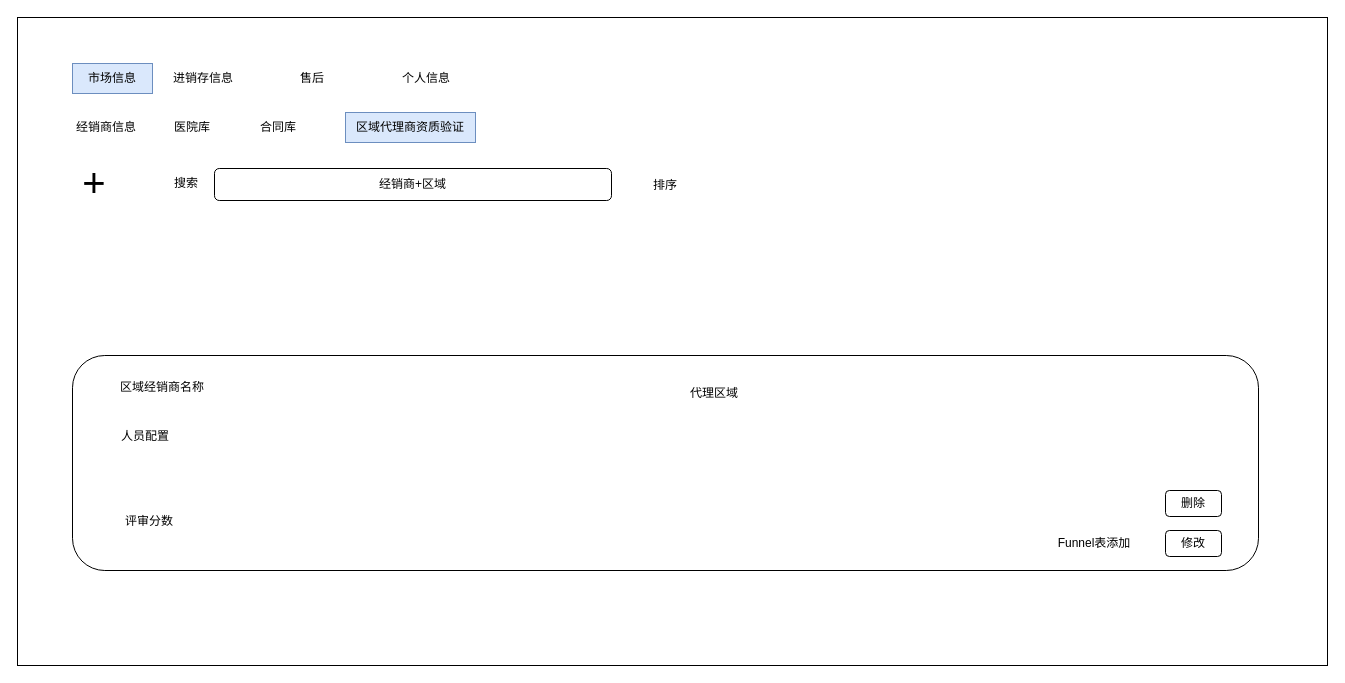
Before: page "区域代理经销商" (4 of 6) of 泰加市场.drawio in cangwang/news, a draw.io diagram. Source tidied: cells renumbered, new cells numbered last; positions are measured from the earlier drawing's top-left corner, leaving out a move shared by most shapes. Both pictures are drawn from the tidied source at 100%, with x=0, y=0 at pixel (17, 17).
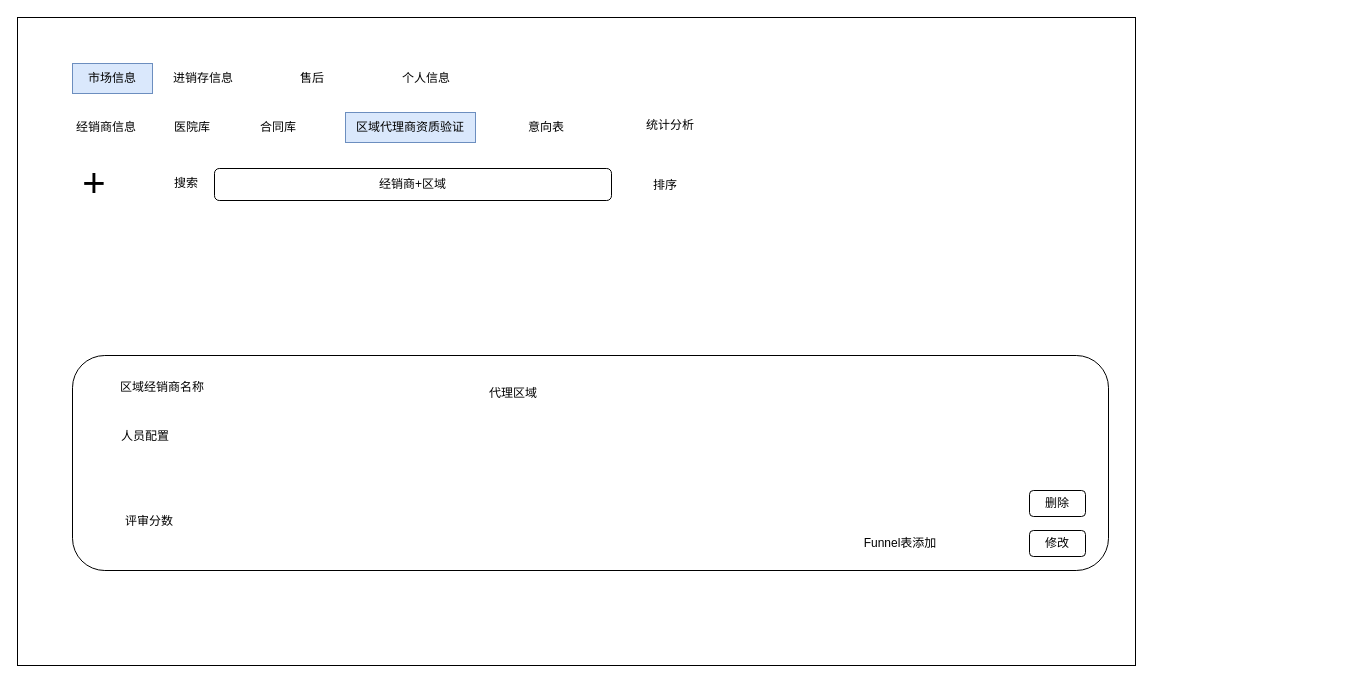
The same diagram, later.

Diff of the diagram source:
```diff
@@
     <mxCell id="2" style="rounded=0;whiteSpace=wrap;html=1;" parent="1" vertex="1">
-      <mxGeometry width="1310" height="648" as="geometry" />
+      <mxGeometry width="1118" height="648" as="geometry" />
     </mxCell>
@@
     <mxCell id="7" style="rounded=1;whiteSpace=wrap;html=1;fontSize=12;" parent="1" vertex="1">
-      <mxGeometry x="55" y="338" width="1186" height="215" as="geometry" />
+      <mxGeometry x="55" y="338" width="1036" height="215" as="geometry" />
     </mxCell>
     <mxCell id="8" value="修改" style="rounded=1;whiteSpace=wrap;html=1;fontSize=12;" parent="1" vertex="1">
-      <mxGeometry x="1148" y="513" width="56" height="26" as="geometry" />
+      <mxGeometry x="1012" y="513" width="56" height="26" as="geometry" />
     </mxCell>
     <mxCell id="9" value="删除" style="rounded=1;whiteSpace=wrap;html=1;fontSize=12;" parent="1" vertex="1">
-      <mxGeometry x="1148" y="473" width="56" height="26" as="geometry" />
+      <mxGeometry x="1012" y="473" width="56" height="26" as="geometry" />
     </mxCell>
@@
     <mxCell id="14" value="代理区域" style="text;html=1;strokeColor=none;fillColor=none;align=center;verticalAlign=middle;whiteSpace=wrap;rounded=0;fontSize=12;" parent="1" vertex="1">
-      <mxGeometry x="645" y="361" width="104" height="30" as="geometry" />
+      <mxGeometry x="444" y="361" width="104" height="30" as="geometry" />
     </mxCell>
@@
     <mxCell id="16" value="Funnel表添加" style="text;html=1;strokeColor=none;fillColor=none;align=center;verticalAlign=middle;whiteSpace=wrap;rounded=0;fontSize=12;" parent="1" vertex="1">
-      <mxGeometry x="1025" y="511" width="104" height="30" as="geometry" />
+      <mxGeometry x="831" y="511" width="104" height="30" as="geometry" />
     </mxCell>
@@
+    <mxCell id="23" value="意向表" style="text;html=1;align=center;verticalAlign=middle;whiteSpace=wrap;rounded=0;" parent="1" vertex="1">
+      <mxGeometry x="489" y="95" width="80" height="30" as="geometry" />
+    </mxCell>
+    <mxCell id="24" value="统计分析" style="text;html=1;align=center;verticalAlign=middle;whiteSpace=wrap;rounded=0;" parent="1" vertex="1">
+      <mxGeometry x="613" y="93" width="80" height="30" as="geometry" />
+    </mxCell>
```
